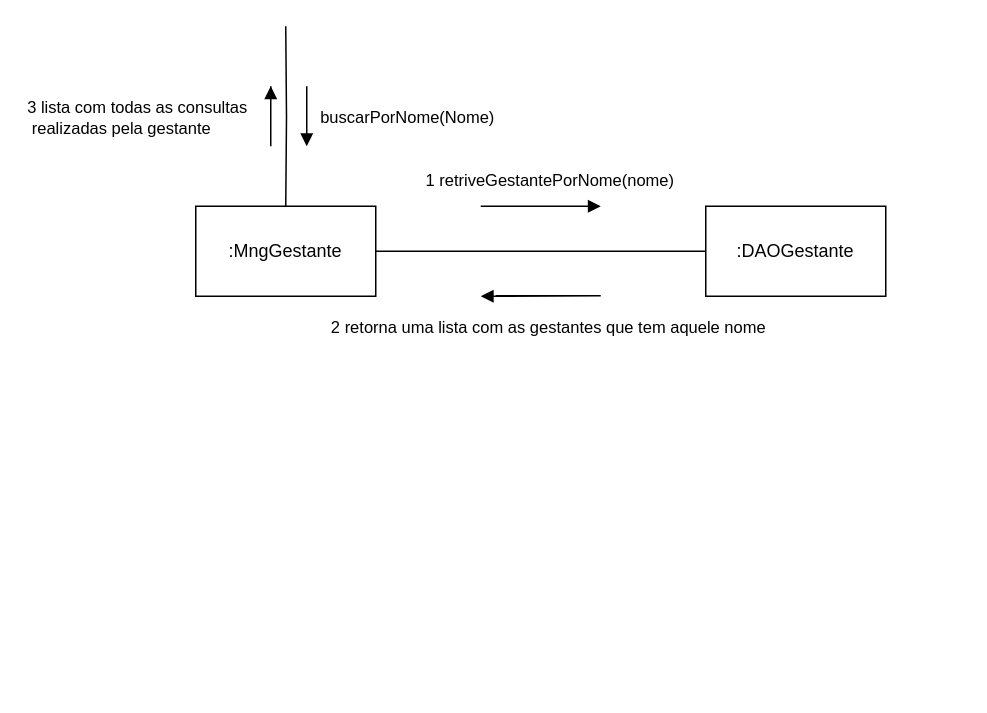
This is page "buscarTodasConsultas" (10 of 10) of diagram de comunicação.drawio from LuizGustavoNascimeto/draw.io, a draw.io file, before an edit. Source tidied: cells renumbered, new cells numbered last; positions are measured from the earlier drawing's top-left corner, leaving out a move shared by most shapes. Both pictures are drawn from the tidied source at 150%, with x=0, y=0 at pixel (195, 26).
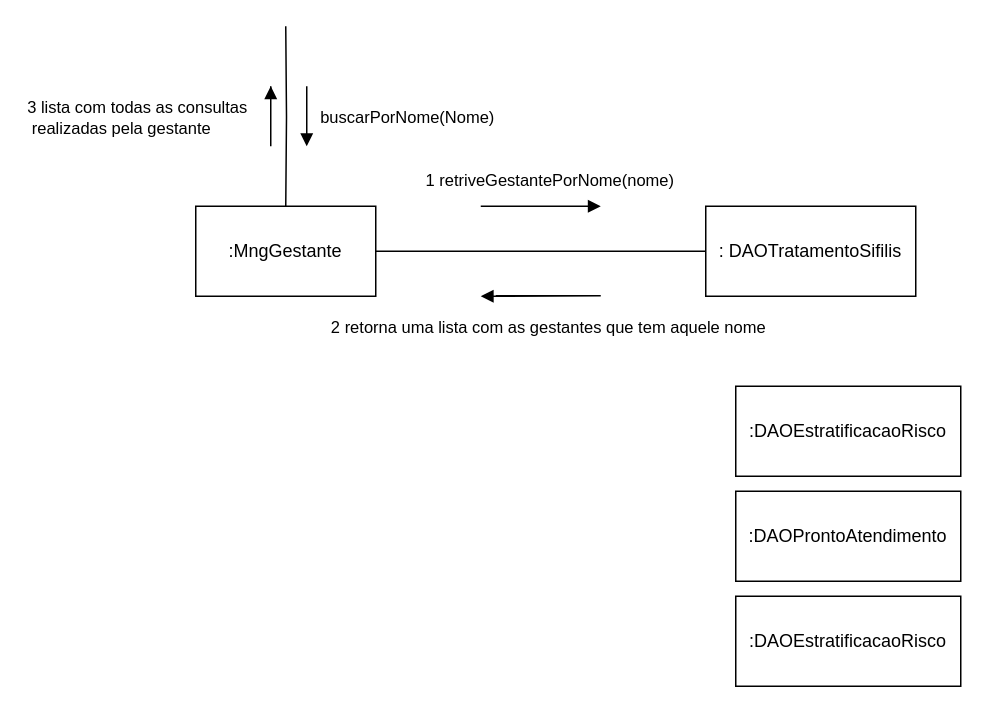
The same page after the edit.

Diff of the diagram source:
```diff
@@
-    <mxCell id="2" value=":DAOGestante" style="rounded=0;whiteSpace=wrap;html=1;" parent="1" vertex="1">
-      <mxGeometry x="340" y="120" width="120" height="60" as="geometry" />
+    <mxCell id="2" value=": DAOTratamentoSifilis" style="rounded=0;whiteSpace=wrap;html=1;" parent="1" vertex="1">
+      <mxGeometry x="340" y="120" width="140" height="60" as="geometry" />
     </mxCell>
@@
+    <mxCell id="15" value=":DAOProntoAtendimento" style="rounded=0;whiteSpace=wrap;html=1;" parent="1" vertex="1">
+      <mxGeometry x="360" y="310" width="150" height="60" as="geometry" />
+    </mxCell>
+    <mxCell id="16" value=":DAOEstratificacaoRisco" style="rounded=0;whiteSpace=wrap;html=1;" parent="1" vertex="1">
+      <mxGeometry x="360" y="240" width="150" height="60" as="geometry" />
+    </mxCell>
+    <mxCell id="17" value=":DAOEstratificacaoRisco" style="rounded=0;whiteSpace=wrap;html=1;" parent="1" vertex="1">
+      <mxGeometry x="360" y="380" width="150" height="60" as="geometry" />
+    </mxCell>
```
